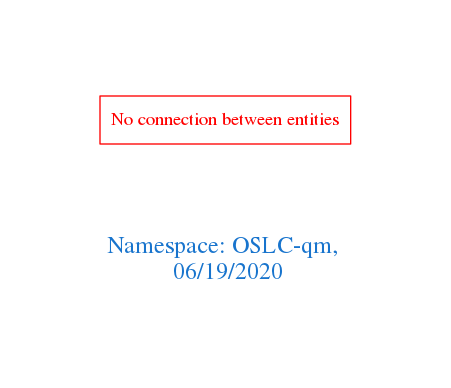
Before: downloads/OSLC-qm.png, a diagram exported from Graphviz (arago/OGIT). Its source is kept beside it as downloads/OSLC-qm.dot.
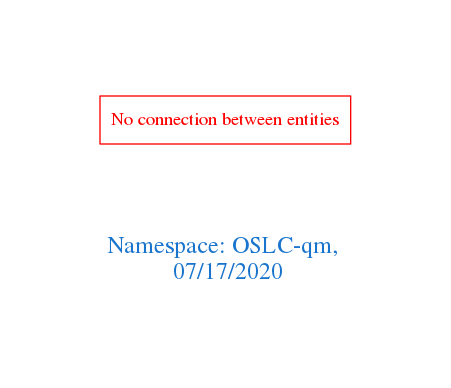
After the commit.

The edit, as a diff of the source:
```diff
@@ -1,7 +1,7 @@
 digraph OGIT_ontology {
  graph [ rankdir= LR,pad=1
 fontsize = 18,
-fontcolor= dodgerblue3,label = "\n\n\nNamespace: OSLC-qm, \n 06/19/2020"];
+fontcolor= dodgerblue3,label = "\n\n\nNamespace: OSLC-qm, \n 07/17/2020"];
 node[shape=polygon];
 edge [  color="gray81"];
 
```
